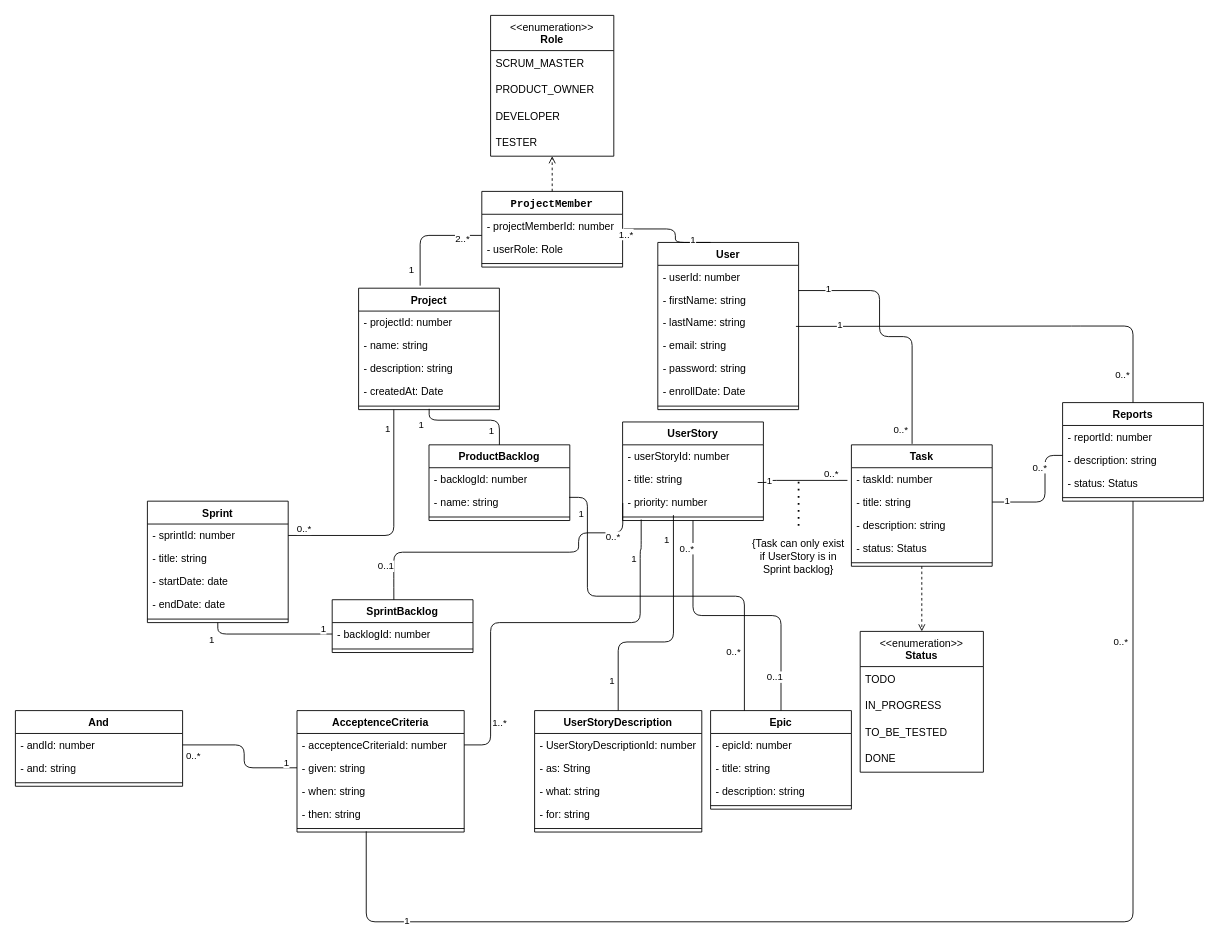
tawfiqAK17/SprintFlow keeps this draw.io diagram as docs/classDiag.drawio. Above is the earlier version. Source tidied: cells renumbered, new cells numbered last; positions are measured from the earlier drawing's top-left corner, leaving out a move shared by most shapes. Both pictures are drawn from the tidied source at 88%, with x=0, y=0 at pixel (15, 15).
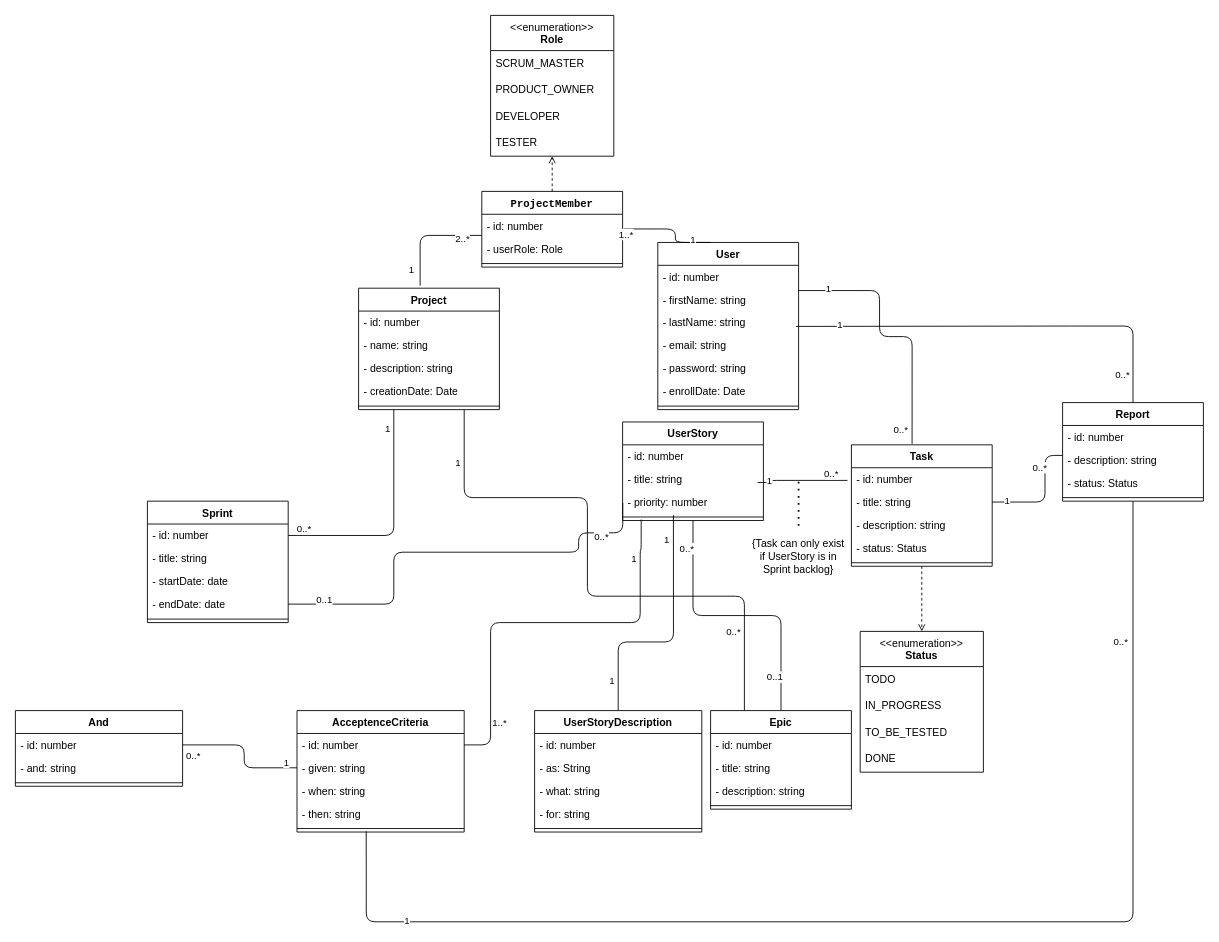
The same page after the edit.

Unchanged cells that the change refers to:
```xml
<mxCell id="2" value="User" style="swimlane;fontStyle=1;align=center;verticalAlign=top;horizontal=1;startSize=26;whiteSpace=wrap;html=1;" parent="1" vertex="1">
  <mxGeometry x="730" y="258" width="160" height="190" as="geometry" />
</mxCell>
<mxCell id="10" value="Project" style="swimlane;fontStyle=1;align=center;verticalAlign=top;horizontal=1;startSize=26;whiteSpace=wrap;html=1;" parent="1" vertex="1">
  <mxGeometry x="390" y="310" width="160" height="138" as="geometry" />
</mxCell>
<mxCell id="15" style="line;strokeWidth=1;fillColor=none;align=left;verticalAlign=middle;spacingTop=-1;spacingLeft=3;spacingRight=3;labelPosition=right;points=[];portConstraint=eastwest;strokeColor=inherit;" parent="10" vertex="1">
  <mxGeometry y="130" width="160" height="8" as="geometry" />
</mxCell>
<mxCell id="20" value="Epic" style="swimlane;fontStyle=1;align=center;verticalAlign=top;horizontal=1;startSize=26;whiteSpace=wrap;html=1;" parent="1" vertex="1">
  <mxGeometry x="790" y="790" width="160" height="112" as="geometry" />
</mxCell>
<mxCell id="25" value="UserStory" style="swimlane;fontStyle=1;align=center;verticalAlign=top;horizontal=1;startSize=26;whiteSpace=wrap;html=1;" parent="1" vertex="1">
  <mxGeometry x="690" y="462" width="160" height="112" as="geometry" />
</mxCell>
<mxCell id="28" value="- priority: number" style="text;strokeColor=none;fillColor=none;align=left;verticalAlign=top;spacingLeft=4;spacingRight=4;overflow=hidden;points=[[0,0.5],[1,0.5]];portConstraint=eastwest;whiteSpace=wrap;html=1;" parent="25" vertex="1">
  <mxGeometry y="78" width="160" height="26" as="geometry" />
</mxCell>
<mxCell id="30" value="Sprint" style="swimlane;fontStyle=1;align=center;verticalAlign=top;horizontal=1;startSize=26;whiteSpace=wrap;html=1;" parent="1" vertex="1">
  <mxGeometry x="150" y="552" width="160" height="138" as="geometry" />
</mxCell>
<mxCell id="34" value="- endDate: date" style="text;strokeColor=none;fillColor=none;align=left;verticalAlign=top;spacingLeft=4;spacingRight=4;overflow=hidden;points=[[0,0.5],[1,0.5]];portConstraint=eastwest;whiteSpace=wrap;html=1;" parent="30" vertex="1">
  <mxGeometry y="104" width="160" height="26" as="geometry" />
</mxCell>
<mxCell id="36" value="Task" style="swimlane;fontStyle=1;align=center;verticalAlign=top;horizontal=1;startSize=26;whiteSpace=wrap;html=1;" parent="1" vertex="1">
  <mxGeometry x="950" y="488" width="160" height="138" as="geometry" />
</mxCell>
<mxCell id="66" value="&lt;strong&gt;&lt;code class=&quot;bg-text-200/5 border border-0.5 border-border-300 text-danger-000 whitespace-pre-wrap rounded-[0.4rem] px-1 py-px text-[0.9rem]&quot;&gt;ProjectMember&lt;/code&gt;&lt;/strong&gt;" style="swimlane;fontStyle=1;align=center;verticalAlign=top;horizontal=1;startSize=26;whiteSpace=wrap;html=1;" parent="1" vertex="1">
  <mxGeometry x="530" y="200" width="160" height="86" as="geometry" />
</mxCell>
<mxCell id="82" value="AcceptenceCriteria" style="swimlane;fontStyle=1;align=center;verticalAlign=top;horizontal=1;startSize=26;whiteSpace=wrap;html=1;" parent="1" vertex="1">
  <mxGeometry x="320" y="790" width="190" height="138" as="geometry" />
</mxCell>
<mxCell id="88" value="UserStoryDescription" style="swimlane;fontStyle=1;align=center;verticalAlign=top;horizontal=1;startSize=26;whiteSpace=wrap;html=1;" parent="1" vertex="1">
  <mxGeometry x="590" y="790" width="190" height="138" as="geometry" />
</mxCell>
<mxCell id="109" value="And" style="swimlane;fontStyle=1;align=center;verticalAlign=top;horizontal=1;startSize=26;whiteSpace=wrap;html=1;" parent="1" vertex="1">
  <mxGeometry y="790" width="190" height="86" as="geometry" />
</mxCell>
```

Diff of the diagram source:
```diff
@@
-    <mxCell id="3" value="-&amp;nbsp;userId: number" style="text;strokeColor=none;fillColor=none;align=left;verticalAlign=top;spacingLeft=4;spacingRight=4;overflow=hidden;whiteSpace=wrap;html=1;" parent="2" vertex="1">
+    <mxCell id="3" value="-&amp;nbsp;id: number" style="text;strokeColor=none;fillColor=none;align=left;verticalAlign=top;spacingLeft=4;spacingRight=4;overflow=hidden;whiteSpace=wrap;html=1;" parent="2" vertex="1">
       <mxGeometry y="26" width="160" height="26" as="geometry" />
     </mxCell>
@@
-    <mxCell id="11" value="- projectId: number" style="text;strokeColor=none;fillColor=none;align=left;verticalAlign=top;spacingLeft=4;spacingRight=4;overflow=hidden;whiteSpace=wrap;html=1;" parent="10" vertex="1">
+    <mxCell id="11" value="- id: number" style="text;strokeColor=none;fillColor=none;align=left;verticalAlign=top;spacingLeft=4;spacingRight=4;overflow=hidden;whiteSpace=wrap;html=1;" parent="10" vertex="1">
       <mxGeometry y="26" width="160" height="26" as="geometry" />
     </mxCell>
@@
-    <mxCell id="14" value="- createdAt: Date" style="text;strokeColor=none;fillColor=none;align=left;verticalAlign=top;spacingLeft=4;spacingRight=4;overflow=hidden;whiteSpace=wrap;html=1;" parent="10" vertex="1">
+    <mxCell id="14" value="- creationDate: Date" style="text;strokeColor=none;fillColor=none;align=left;verticalAlign=top;spacingLeft=4;spacingRight=4;overflow=hidden;whiteSpace=wrap;html=1;" parent="10" vertex="1">
       <mxGeometry y="104" width="160" height="26" as="geometry" />
     </mxCell>
@@
-    <mxCell id="16" value="ProductBacklog" style="swimlane;fontStyle=1;align=center;verticalAlign=top;horizontal=1;startSize=26;whiteSpace=wrap;html=1;" parent="1" vertex="1">
-      <mxGeometry x="470" y="488" width="160" height="86" as="geometry" />
-    </mxCell>
-    <mxCell id="17" value="- backlogId: number" style="text;strokeColor=none;fillColor=none;align=left;verticalAlign=top;spacingLeft=4;spacingRight=4;overflow=hidden;whiteSpace=wrap;html=1;" parent="16" vertex="1">
-      <mxGeometry y="26" width="160" height="26" as="geometry" />
-    </mxCell>
-    <mxCell id="18" value="- name: string" style="text;strokeColor=none;fillColor=none;align=left;verticalAlign=top;spacingLeft=4;spacingRight=4;overflow=hidden;points=[[0,0.5],[1,0.5]];portConstraint=eastwest;whiteSpace=wrap;html=1;" parent="16" vertex="1">
-      <mxGeometry y="52" width="160" height="26" as="geometry" />
-    </mxCell>
-    <mxCell id="19" style="line;strokeWidth=1;fillColor=none;align=left;verticalAlign=middle;spacingTop=-1;spacingLeft=3;spacingRight=3;labelPosition=right;strokeColor=inherit;" parent="16" vertex="1">
-      <mxGeometry y="78" width="160" height="8" as="geometry" />
-    </mxCell>
@@
-    <mxCell id="21" value="- epicId: number" style="text;strokeColor=none;fillColor=none;align=left;verticalAlign=top;spacingLeft=4;spacingRight=4;overflow=hidden;whiteSpace=wrap;html=1;" parent="20" vertex="1">
+    <mxCell id="21" value="- id: number" style="text;strokeColor=none;fillColor=none;align=left;verticalAlign=top;spacingLeft=4;spacingRight=4;overflow=hidden;whiteSpace=wrap;html=1;" parent="20" vertex="1">
       <mxGeometry y="26" width="160" height="26" as="geometry" />
     </mxCell>
@@
-    <mxCell id="26" value="- userStoryId: number" style="text;strokeColor=none;fillColor=none;align=left;verticalAlign=top;spacingLeft=4;spacingRight=4;overflow=hidden;whiteSpace=wrap;html=1;" parent="25" vertex="1">
+    <mxCell id="26" value="- id: number" style="text;strokeColor=none;fillColor=none;align=left;verticalAlign=top;spacingLeft=4;spacingRight=4;overflow=hidden;whiteSpace=wrap;html=1;" parent="25" vertex="1">
       <mxGeometry y="26" width="160" height="26" as="geometry" />
     </mxCell>
@@
-    <mxCell id="31" value="- sprintId: number" style="text;strokeColor=none;fillColor=none;align=left;verticalAlign=top;spacingLeft=4;spacingRight=4;overflow=hidden;points=[[0,0.5],[1,0.5]];portConstraint=eastwest;whiteSpace=wrap;html=1;" parent="30" vertex="1">
+    <mxCell id="31" value="- id: number" style="text;strokeColor=none;fillColor=none;align=left;verticalAlign=top;spacingLeft=4;spacingRight=4;overflow=hidden;points=[[0,0.5],[1,0.5]];portConstraint=eastwest;whiteSpace=wrap;html=1;" parent="30" vertex="1">
       <mxGeometry y="26" width="160" height="26" as="geometry" />
     </mxCell>
@@
-    <mxCell id="37" value="- taskId: number" style="text;strokeColor=none;fillColor=none;align=left;verticalAlign=top;spacingLeft=4;spacingRight=4;overflow=hidden;whiteSpace=wrap;html=1;" parent="36" vertex="1">
+    <mxCell id="37" value="- id: number" style="text;strokeColor=none;fillColor=none;align=left;verticalAlign=top;spacingLeft=4;spacingRight=4;overflow=hidden;whiteSpace=wrap;html=1;" parent="36" vertex="1">
       <mxGeometry y="26" width="160" height="26" as="geometry" />
     </mxCell>
@@
-    <mxCell id="42" style="endArrow=none;html=1;endSize=12;startArrow=none;startSize=14;startFill=0;edgeStyle=orthogonalEdgeStyle;entryX=0.995;entryY=0.295;entryDx=0;entryDy=0;entryPerimeter=0;exitX=0.24;exitY=0.002;exitDx=0;exitDy=0;exitPerimeter=0;" parent="1" edge="1" source="20" target="18">
+    <mxCell id="42" style="endArrow=none;html=1;endSize=12;startArrow=none;startSize=14;startFill=0;edgeStyle=orthogonalEdgeStyle;entryX=0.75;entryY=1;entryDx=0;entryDy=0;exitX=0.24;exitY=0.002;exitDx=0;exitDy=0;exitPerimeter=0;" parent="1" edge="1" source="20" target="10">
       <mxGeometry relative="1" as="geometry">
         <Array as="points">
           <mxPoint x="828" y="660" />
           <mxPoint x="650" y="660" />
           <mxPoint x="650" y="548" />
+          <mxPoint x="510" y="548" />
         </Array>
       </mxGeometry>
     </mxCell>
@@
-    <mxCell id="45" style="endArrow=none;html=1;endSize=12;startArrow=none;startSize=14;startFill=0;edgeStyle=orthogonalEdgeStyle;entryX=0.438;entryY=0.07;entryDx=0;entryDy=0;exitX=0.001;exitY=0.543;exitDx=0;exitDy=0;exitPerimeter=0;entryPerimeter=0;" parent="1" edge="1" source="28" target="100">
+    <mxCell id="45" style="endArrow=none;html=1;endSize=12;startArrow=none;startSize=14;startFill=0;edgeStyle=orthogonalEdgeStyle;entryX=1;entryY=0.5;entryDx=0;entryDy=0;exitX=0.001;exitY=0.543;exitDx=0;exitDy=0;exitPerimeter=0;" parent="1" edge="1" source="28" target="34">
       <mxGeometry relative="1" as="geometry">
         <Array as="points">
+          <mxPoint x="690" y="588" />
           <mxPoint x="640" y="588" />
           <mxPoint x="640" y="610" />
           <mxPoint x="430" y="610" />
-          <mxPoint x="430" y="640" />
-          <mxPoint x="430" y="640" />
+          <mxPoint x="430" y="669" />
         </Array>
       </mxGeometry>
     </mxCell>
@@
-    <mxCell id="48" style="endArrow=none;html=1;endSize=12;startArrow=none;startSize=14;startFill=0;edgeStyle=orthogonalEdgeStyle;entryX=0.5;entryY=0;entryDx=0;entryDy=0;exitX=0.501;exitY=0.885;exitDx=0;exitDy=0;exitPerimeter=0;" parent="1" edge="1" source="15" target="16">
-      <mxGeometry relative="1" as="geometry">
-        <Array as="points">
-          <mxPoint x="470" y="460" />
-          <mxPoint x="550" y="460" />
-        </Array>
-      </mxGeometry>
-    </mxCell>
-    <mxCell id="49" value="1" style="edgeLabel;html=1;align=center;verticalAlign=middle;" parent="48" vertex="1">
-      <mxGeometry x="-0.8" y="-1" relative="1" as="geometry">
-        <mxPoint x="-9" y="5" as="offset" />
-      </mxGeometry>
-    </mxCell>
-    <mxCell id="50" value="1" style="edgeLabel;html=1;align=center;verticalAlign=middle;" parent="48" vertex="1">
-      <mxGeometry x="0.8" y="-1" relative="1" as="geometry">
-        <mxPoint x="-9" y="-5" as="offset" />
-      </mxGeometry>
-    </mxCell>
@@
-    <mxCell id="67" value="- projectMemberId: number" style="text;strokeColor=none;fillColor=none;align=left;verticalAlign=top;spacingLeft=4;spacingRight=4;overflow=hidden;points=[[0,0.5],[1,0.5]];portConstraint=eastwest;whiteSpace=wrap;html=1;" parent="66" vertex="1">
+    <mxCell id="67" value="- id: number" style="text;strokeColor=none;fillColor=none;align=left;verticalAlign=top;spacingLeft=4;spacingRight=4;overflow=hidden;points=[[0,0.5],[1,0.5]];portConstraint=eastwest;whiteSpace=wrap;html=1;" parent="66" vertex="1">
       <mxGeometry y="26" width="160" height="26" as="geometry" />
     </mxCell>
@@
-    <mxCell id="83" value="- acceptenceCriteriaId: number" style="text;strokeColor=none;fillColor=none;align=left;verticalAlign=top;spacingLeft=4;spacingRight=4;overflow=hidden;points=[[0,0.5],[1,0.5]];portConstraint=eastwest;whiteSpace=wrap;html=1;" parent="82" vertex="1">
+    <mxCell id="83" value="- id: number" style="text;strokeColor=none;fillColor=none;align=left;verticalAlign=top;spacingLeft=4;spacingRight=4;overflow=hidden;points=[[0,0.5],[1,0.5]];portConstraint=eastwest;whiteSpace=wrap;html=1;" parent="82" vertex="1">
       <mxGeometry y="26" width="190" height="26" as="geometry" />
     </mxCell>
@@
-    <mxCell id="89" value="-&amp;nbsp;UserStoryDescriptionId: number" style="text;strokeColor=none;fillColor=none;align=left;verticalAlign=top;spacingLeft=4;spacingRight=4;overflow=hidden;whiteSpace=wrap;html=1;" parent="88" vertex="1">
+    <mxCell id="89" value="-&amp;nbsp;id: number" style="text;strokeColor=none;fillColor=none;align=left;verticalAlign=top;spacingLeft=4;spacingRight=4;overflow=hidden;whiteSpace=wrap;html=1;" parent="88" vertex="1">
       <mxGeometry y="26" width="190" height="26" as="geometry" />
     </mxCell>
@@
-    <mxCell id="100" value="SprintBacklog" style="swimlane;fontStyle=1;align=center;verticalAlign=top;horizontal=1;startSize=26;whiteSpace=wrap;html=1;" parent="1" vertex="1">
-      <mxGeometry x="360" y="664" width="160" height="60" as="geometry" />
-    </mxCell>
-    <mxCell id="101" value="- backlogId: number" style="text;strokeColor=none;fillColor=none;align=left;verticalAlign=top;spacingLeft=4;spacingRight=4;overflow=hidden;points=[[0,0.5],[1,0.5]];portConstraint=eastwest;whiteSpace=wrap;html=1;" parent="100" vertex="1">
-      <mxGeometry y="26" width="160" height="26" as="geometry" />
-    </mxCell>
-    <mxCell id="102" style="line;strokeWidth=1;fillColor=none;align=left;verticalAlign=middle;spacingTop=-1;spacingLeft=3;spacingRight=3;labelPosition=right;strokeColor=inherit;" parent="100" vertex="1">
-      <mxGeometry y="52" width="160" height="8" as="geometry" />
-    </mxCell>
-    <mxCell id="103" style="endArrow=none;html=1;endSize=12;startArrow=none;startSize=14;startFill=0;edgeStyle=orthogonalEdgeStyle;entryX=0;entryY=0.5;entryDx=0;entryDy=0;exitX=0.5;exitY=1;exitDx=0;exitDy=0;" parent="1" edge="1" source="30" target="101">
-      <mxGeometry relative="1" as="geometry">
-        <Array as="points">
-          <mxPoint x="230" y="703" />
-        </Array>
-      </mxGeometry>
-    </mxCell>
-    <mxCell id="104" value="1" style="edgeLabel;html=1;align=center;verticalAlign=middle;" parent="103" vertex="1">
-      <mxGeometry x="-0.8" y="-1" relative="1" as="geometry">
-        <mxPoint x="-9" y="5" as="offset" />
-      </mxGeometry>
-    </mxCell>
-    <mxCell id="105" value="1" style="edgeLabel;html=1;align=center;verticalAlign=middle;" parent="103" vertex="1">
-      <mxGeometry x="0.8" y="-1" relative="1" as="geometry">
-        <mxPoint x="3" y="-8" as="offset" />
-      </mxGeometry>
-    </mxCell>
@@
-    <mxCell id="110" value="- andId: number" style="text;strokeColor=none;fillColor=none;align=left;verticalAlign=top;spacingLeft=4;spacingRight=4;overflow=hidden;points=[[0,0.5],[1,0.5]];portConstraint=eastwest;whiteSpace=wrap;html=1;" parent="109" vertex="1">
+    <mxCell id="110" value="- id: number" style="text;strokeColor=none;fillColor=none;align=left;verticalAlign=top;spacingLeft=4;spacingRight=4;overflow=hidden;points=[[0,0.5],[1,0.5]];portConstraint=eastwest;whiteSpace=wrap;html=1;" parent="109" vertex="1">
       <mxGeometry y="26" width="190" height="26" as="geometry" />
     </mxCell>
@@
-    <mxCell id="118" value="Reports" style="swimlane;fontStyle=1;align=center;verticalAlign=top;horizontal=1;startSize=26;whiteSpace=wrap;html=1;" parent="1" vertex="1">
+    <mxCell id="118" value="Report" style="swimlane;fontStyle=1;align=center;verticalAlign=top;horizontal=1;startSize=26;whiteSpace=wrap;html=1;" parent="1" vertex="1">
       <mxGeometry x="1190" y="440" width="160" height="112" as="geometry" />
     </mxCell>
-    <mxCell id="119" value="- reportId: number" style="text;strokeColor=none;fillColor=none;align=left;verticalAlign=top;spacingLeft=4;spacingRight=4;overflow=hidden;whiteSpace=wrap;html=1;" parent="118" vertex="1">
+    <mxCell id="119" value="- id: number" style="text;strokeColor=none;fillColor=none;align=left;verticalAlign=top;spacingLeft=4;spacingRight=4;overflow=hidden;whiteSpace=wrap;html=1;" parent="118" vertex="1">
       <mxGeometry y="26" width="160" height="26" as="geometry" />
     </mxCell>
```
